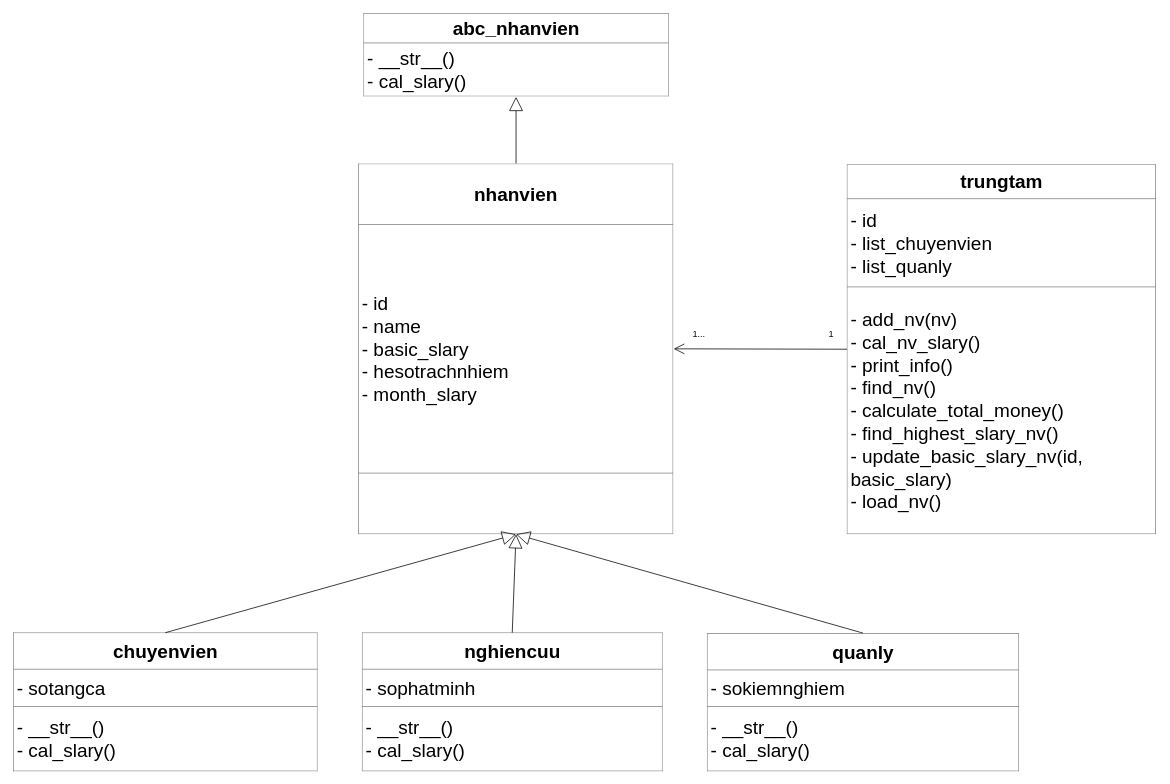
Above: zzz.drawio in ippapi/ml (draw.io), before the change. Source tidied: cells renumbered, new cells numbered last; positions are measured from the earlier drawing's top-left corner, leaving out a move shared by most shapes. Both pictures are drawn from the tidied source at 76%, with x=0, y=0 at pixel (12, 13).
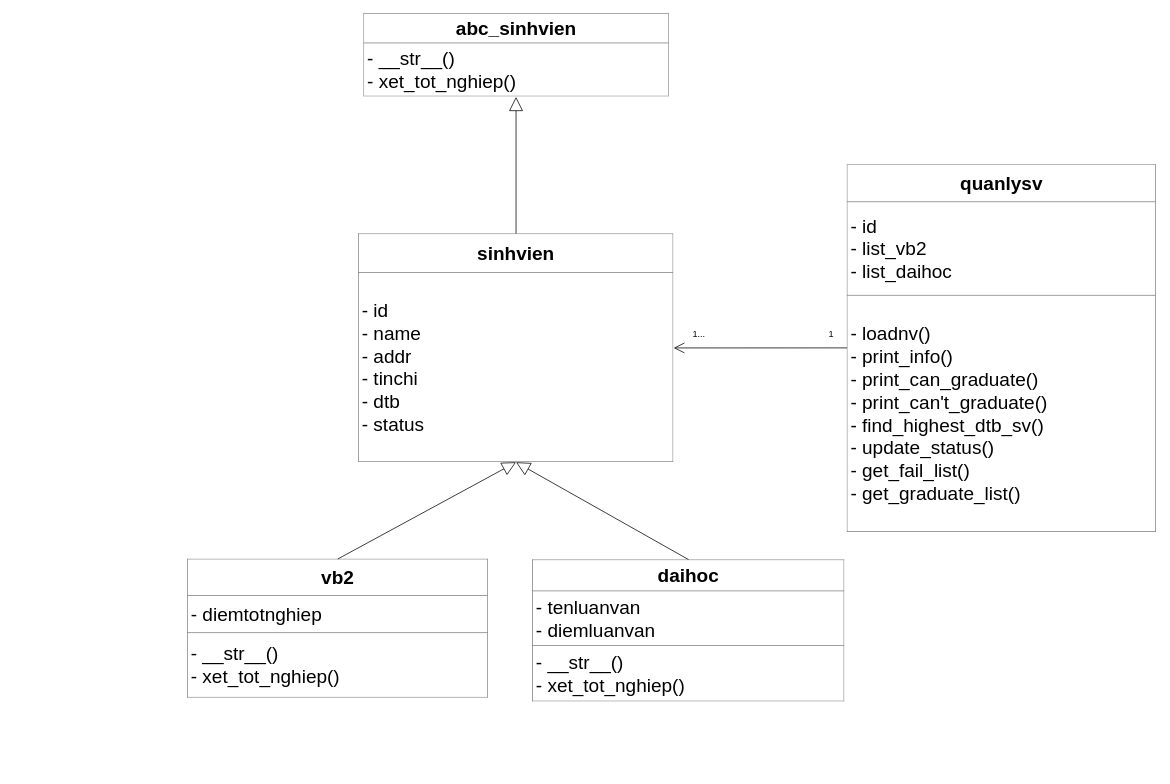
Above is the later version.

Diff of the diagram source:
```diff
@@
 <mxGraphModel>
   <root>
     <mxCell id="0" />
     <mxCell id="1" parent="0" />
-    <mxCell id="2" value="&lt;table border=&quot;1&quot; width=&quot;100%&quot; height=&quot;100%&quot; cellpadding=&quot;4&quot; style=&quot;width: 100%; height: 100%; border-collapse: collapse; font-size: 25px;&quot;&gt;&lt;tbody&gt;&lt;tr&gt;&lt;th align=&quot;center&quot;&gt;&lt;font style=&quot;font-size: 25px;&quot;&gt;&lt;b&gt;trungtam&lt;/b&gt;&lt;/font&gt;&lt;/th&gt;&lt;/tr&gt;&lt;tr align=&quot;left&quot;&gt;&lt;td&gt;&lt;font style=&quot;font-size: 25px;&quot;&gt;- id&lt;br&gt;- list_chuyenvien&lt;br&gt;- list_quanly&lt;br&gt;&lt;/font&gt;&lt;/td&gt;&lt;/tr&gt;&lt;tr align=&quot;left&quot;&gt;&lt;td&gt;&lt;font style=&quot;font-size: 25px;&quot;&gt;- add_nv(nv)&lt;br&gt;- cal_nv_slary()&lt;br&gt;- print_info()&lt;br&gt;- find_nv()&lt;br&gt;- calculate_total_money()&lt;br&gt;- find_highest_slary_nv()&lt;br&gt;- update_basic_slary_nv(id, basic_slary)&lt;br&gt;- load_nv()&lt;br&gt;&lt;/font&gt;&lt;/td&gt;&lt;/tr&gt;&lt;/tbody&gt;&lt;/table&gt;" style="text;html=1;whiteSpace=wrap;strokeColor=none;fillColor=none;overflow=fill;" parent="1" vertex="1">
-      <mxGeometry x="1098" y="198.5" width="407" height="487" as="geometry" />
+    <mxCell id="2" value="&lt;table border=&quot;1&quot; width=&quot;100%&quot; height=&quot;100%&quot; cellpadding=&quot;4&quot; style=&quot;width: 100%; height: 100%; border-collapse: collapse; font-size: 25px;&quot;&gt;&lt;tbody&gt;&lt;tr&gt;&lt;th align=&quot;center&quot;&gt;&lt;font style=&quot;font-size: 25px;&quot;&gt;&lt;b&gt;quanlysv&lt;/b&gt;&lt;/font&gt;&lt;/th&gt;&lt;/tr&gt;&lt;tr align=&quot;left&quot;&gt;&lt;td&gt;&lt;font style=&quot;font-size: 25px;&quot;&gt;- id&lt;br&gt;- list_vb2&lt;br&gt;- list_daihoc&lt;br&gt;&lt;/font&gt;&lt;/td&gt;&lt;/tr&gt;&lt;tr align=&quot;left&quot;&gt;&lt;td&gt;&lt;font style=&quot;font-size: 25px;&quot;&gt;- loadnv()&lt;br&gt;- print_info()&lt;br&gt;- print_can_graduate()&lt;br&gt;&lt;/font&gt;&lt;font style=&quot;font-size: 25px;&quot;&gt;- print_can't_graduate()&lt;/font&gt;&lt;br&gt;&lt;font style=&quot;font-size: 25px;&quot;&gt;- find_highest_dtb_sv()&lt;br&gt;- update_status()&lt;br&gt;- get_fail_list()&lt;br&gt;- get_graduate_list()&lt;br&gt;&lt;/font&gt;&lt;/td&gt;&lt;/tr&gt;&lt;/tbody&gt;&lt;/table&gt;" style="text;html=1;whiteSpace=wrap;strokeColor=none;fillColor=none;overflow=fill;" parent="1" vertex="1">
+      <mxGeometry x="1098" y="198.5" width="407" height="483.5" as="geometry" />
     </mxCell>
-    <mxCell id="3" value="&lt;table border=&quot;1&quot; width=&quot;100%&quot; height=&quot;100%&quot; cellpadding=&quot;4&quot; style=&quot;width: 100%; height: 100%; border-collapse: collapse; font-size: 25px;&quot;&gt;&lt;tbody&gt;&lt;tr&gt;&lt;th align=&quot;center&quot;&gt;abc_nhanvien&lt;/th&gt;&lt;/tr&gt;&lt;tr align=&quot;left&quot;&gt;&lt;td&gt;&lt;font style=&quot;font-size: 25px;&quot;&gt;- __str__()&lt;br&gt;- cal_slary()&lt;br&gt;&lt;/font&gt;&lt;/td&gt;&lt;/tr&gt;&lt;/tbody&gt;&lt;/table&gt;" style="text;html=1;whiteSpace=wrap;strokeColor=none;fillColor=none;overflow=fill;" parent="1" vertex="1">
+    <mxCell id="3" value="&lt;table border=&quot;1&quot; width=&quot;100%&quot; height=&quot;100%&quot; cellpadding=&quot;4&quot; style=&quot;width: 100%; height: 100%; border-collapse: collapse; font-size: 25px;&quot;&gt;&lt;tbody&gt;&lt;tr&gt;&lt;th align=&quot;center&quot;&gt;abc_sinhvien&lt;/th&gt;&lt;/tr&gt;&lt;tr align=&quot;left&quot;&gt;&lt;td&gt;&lt;font style=&quot;font-size: 25px;&quot;&gt;- __str__()&lt;br&gt;- xet_tot_nghiep()&lt;br&gt;&lt;/font&gt;&lt;/td&gt;&lt;/tr&gt;&lt;/tbody&gt;&lt;/table&gt;" style="text;html=1;whiteSpace=wrap;strokeColor=none;fillColor=none;overflow=fill;" parent="1" vertex="1">
       <mxGeometry x="461.5" width="402" height="110" as="geometry" />
     </mxCell>
-    <mxCell id="4" value="&lt;table border=&quot;1&quot; width=&quot;100%&quot; height=&quot;100%&quot; cellpadding=&quot;4&quot; style=&quot;width: 100%; height: 100%; border-collapse: collapse; font-size: 25px;&quot;&gt;&lt;tbody&gt;&lt;tr&gt;&lt;th align=&quot;center&quot;&gt;&lt;font style=&quot;font-size: 25px;&quot;&gt;&lt;b&gt;nhanvien&lt;/b&gt;&lt;/font&gt;&lt;/th&gt;&lt;/tr&gt;&lt;tr align=&quot;left&quot;&gt;&lt;td&gt;&lt;font style=&quot;font-size: 25px;&quot;&gt;- id&lt;br&gt;- name&lt;br&gt;- basic_slary&lt;br&gt;- hesotrachnhiem&lt;br&gt;- month_slary&lt;br&gt;&lt;/font&gt;&lt;/td&gt;&lt;/tr&gt;&lt;tr align=&quot;left&quot;&gt;&lt;td&gt;&lt;font style=&quot;font-size: 25px;&quot;&gt;&lt;br&gt;&lt;/font&gt;&lt;/td&gt;&lt;/tr&gt;&lt;/tbody&gt;&lt;/table&gt;" style="text;html=1;whiteSpace=wrap;strokeColor=none;fillColor=none;overflow=fill;" parent="1" vertex="1">
-      <mxGeometry x="455" y="197.5" width="415" height="488" as="geometry" />
+    <mxCell id="4" value="&lt;table border=&quot;1&quot; width=&quot;100%&quot; height=&quot;100%&quot; cellpadding=&quot;4&quot; style=&quot;width: 100%; height: 100%; border-collapse: collapse; font-size: 25px;&quot;&gt;&lt;tbody&gt;&lt;tr&gt;&lt;th align=&quot;center&quot;&gt;&lt;font style=&quot;font-size: 25px;&quot;&gt;&lt;b&gt;sinhvien&lt;/b&gt;&lt;/font&gt;&lt;/th&gt;&lt;/tr&gt;&lt;tr align=&quot;left&quot;&gt;&lt;td&gt;&lt;font style=&quot;font-size: 25px;&quot;&gt;- id&lt;br&gt;- name&lt;br&gt;- addr&lt;br&gt;- tinchi&lt;br&gt;- dtb&lt;br&gt;- status&lt;br&gt;&lt;/font&gt;&lt;/td&gt;&lt;/tr&gt;&lt;/tbody&gt;&lt;/table&gt;" style="text;html=1;whiteSpace=wrap;strokeColor=none;fillColor=none;overflow=fill;" parent="1" vertex="1">
+      <mxGeometry x="455" y="289.9" width="415" height="300.8" as="geometry" />
     </mxCell>
-    <mxCell id="5" value="&lt;table border=&quot;1&quot; width=&quot;100%&quot; height=&quot;100%&quot; cellpadding=&quot;4&quot; style=&quot;width: 100%; height: 100%; border-collapse: collapse; font-size: 25px;&quot;&gt;&lt;tbody&gt;&lt;tr&gt;&lt;th align=&quot;center&quot;&gt;&lt;font style=&quot;font-size: 25px;&quot;&gt;&lt;b&gt;chuyenvien&lt;br&gt;&lt;/b&gt;&lt;/font&gt;&lt;/th&gt;&lt;/tr&gt;&lt;tr&gt;&lt;td&gt;- sotangca&lt;br&gt;&lt;/td&gt;&lt;/tr&gt;&lt;tr align=&quot;left&quot;&gt;&lt;td&gt;&lt;font style=&quot;font-size: 25px;&quot;&gt;- __str__()&lt;br&gt;- cal_slary()&lt;br&gt;&lt;/font&gt;&lt;/td&gt;&lt;/tr&gt;&lt;/tbody&gt;&lt;/table&gt;" style="text;html=1;whiteSpace=wrap;strokeColor=none;fillColor=none;overflow=fill;" parent="1" vertex="1">
-      <mxGeometry x="0.5" y="815" width="401" height="183" as="geometry" />
-    </mxCell>
-    <mxCell id="6" value="&lt;table border=&quot;1&quot; width=&quot;100%&quot; height=&quot;100%&quot; cellpadding=&quot;4&quot; style=&quot;width: 100%; height: 100%; border-collapse: collapse; font-size: 25px;&quot;&gt;&lt;tbody&gt;&lt;tr&gt;&lt;th align=&quot;center&quot;&gt;nghiencuu&lt;br&gt;&lt;/th&gt;&lt;/tr&gt;&lt;tr&gt;&lt;td&gt;- sophatminh&lt;br&gt;&lt;/td&gt;&lt;/tr&gt;&lt;tr align=&quot;left&quot;&gt;&lt;td&gt;&lt;font style=&quot;font-size: 25px;&quot;&gt;- __str__()&lt;br&gt;- cal_slary()&lt;br&gt;&lt;/font&gt;&lt;/td&gt;&lt;/tr&gt;&lt;/tbody&gt;&lt;/table&gt;" style="text;html=1;whiteSpace=wrap;strokeColor=none;fillColor=none;overflow=fill;" parent="1" vertex="1">
-      <mxGeometry x="459.5" y="815" width="396" height="183" as="geometry" />
+    <mxCell id="6" value="&lt;table border=&quot;1&quot; width=&quot;100%&quot; height=&quot;100%&quot; cellpadding=&quot;4&quot; style=&quot;width: 100%; height: 100%; border-collapse: collapse; font-size: 25px;&quot;&gt;&lt;tbody&gt;&lt;tr&gt;&lt;th align=&quot;center&quot;&gt;vb2&lt;br&gt;&lt;/th&gt;&lt;/tr&gt;&lt;tr&gt;&lt;td&gt;- diemtotnghiep&lt;br&gt;&lt;/td&gt;&lt;/tr&gt;&lt;tr align=&quot;left&quot;&gt;&lt;td&gt;&lt;font style=&quot;font-size: 25px;&quot;&gt;- __str__()&lt;br&gt;- xet_tot_nghiep()&lt;br&gt;&lt;/font&gt;&lt;/td&gt;&lt;/tr&gt;&lt;/tbody&gt;&lt;/table&gt;" style="text;html=1;whiteSpace=wrap;strokeColor=none;fillColor=none;overflow=fill;" parent="1" vertex="1">
+      <mxGeometry x="230" y="718" width="396" height="183" as="geometry" />
     </mxCell>
     <mxCell id="7" style="endArrow=block;endSize=16;endFill=0;html=1;rounded=0;entryX=0.5;entryY=1;entryDx=0;entryDy=0;exitX=0.5;exitY=0;exitDx=0;exitDy=0;" parent="1" edge="1" source="4" target="3">
       <mxGeometry relative="1" as="geometry" />
     </mxCell>
-    <mxCell id="8" style="endArrow=block;endSize=16;endFill=0;html=1;rounded=0;entryX=0.5;entryY=1;entryDx=0;entryDy=0;exitX=0.5;exitY=0;exitDx=0;exitDy=0;" parent="1" edge="1" source="5" target="4">
-      <mxGeometry relative="1" as="geometry" />
-    </mxCell>
     <mxCell id="9" style="endArrow=block;endSize=16;endFill=0;html=1;rounded=0;entryX=0.5;entryY=1;entryDx=0;entryDy=0;exitX=0.5;exitY=0;exitDx=0;exitDy=0;" parent="1" edge="1" source="6" target="4">
       <mxGeometry relative="1" as="geometry" />
     </mxCell>
     <mxCell id="10" style="endArrow=open;endFill=1;endSize=12;html=1;rounded=0;entryX=1;entryY=0.5;entryDx=0;entryDy=0;exitX=0;exitY=0.5;exitDx=0;exitDy=0;" parent="1" edge="1" source="2" target="4">
       <mxGeometry relative="1" as="geometry" />
     </mxCell>
     <mxCell id="11" value="1" style="text;html=1;align=center;verticalAlign=middle;strokeColor=none;fillColor=none;" parent="1" vertex="1">
       <mxGeometry x="1064" y="410" width="25" height="26" as="geometry" />
     </mxCell>
     <mxCell id="12" value="1..." style="text;html=1;align=center;verticalAlign=middle;strokeColor=none;fillColor=none;" parent="1" vertex="1">
       <mxGeometry x="885" y="410" width="35" height="26" as="geometry" />
     </mxCell>
-    <mxCell id="13" value="&lt;table border=&quot;1&quot; width=&quot;100%&quot; height=&quot;100%&quot; cellpadding=&quot;4&quot; style=&quot;width: 100%; height: 100%; border-collapse: collapse; font-size: 25px;&quot;&gt;&lt;tbody&gt;&lt;tr&gt;&lt;th align=&quot;center&quot;&gt;quanly&lt;br&gt;&lt;/th&gt;&lt;/tr&gt;&lt;tr&gt;&lt;td&gt;- sokiemnghiem&lt;br&gt;&lt;/td&gt;&lt;/tr&gt;&lt;tr align=&quot;left&quot;&gt;&lt;td&gt;&lt;font style=&quot;font-size: 25px;&quot;&gt;- __str__()&lt;br&gt;- cal_slary()&lt;br&gt;&lt;/font&gt;&lt;/td&gt;&lt;/tr&gt;&lt;/tbody&gt;&lt;/table&gt;" style="text;html=1;whiteSpace=wrap;strokeColor=none;fillColor=none;overflow=fill;" parent="1" vertex="1">
-      <mxGeometry x="913.5" y="815.5" width="411" height="181.5" as="geometry" />
+    <mxCell id="13" value="&lt;table border=&quot;1&quot; width=&quot;100%&quot; height=&quot;100%&quot; cellpadding=&quot;4&quot; style=&quot;width: 100%; height: 100%; border-collapse: collapse; font-size: 25px;&quot;&gt;&lt;tbody&gt;&lt;tr&gt;&lt;th align=&quot;center&quot;&gt;daihoc&lt;br&gt;&lt;/th&gt;&lt;/tr&gt;&lt;tr&gt;&lt;td&gt;- tenluanvan&lt;br&gt;- diemluanvan&lt;br&gt;&lt;/td&gt;&lt;/tr&gt;&lt;tr align=&quot;left&quot;&gt;&lt;td&gt;&lt;font style=&quot;font-size: 25px;&quot;&gt;- __str__()&lt;br&gt;- xet_tot_nghiep()&lt;br&gt;&lt;/font&gt;&lt;/td&gt;&lt;/tr&gt;&lt;/tbody&gt;&lt;/table&gt;" style="text;html=1;whiteSpace=wrap;strokeColor=none;fillColor=none;overflow=fill;" parent="1" vertex="1">
+      <mxGeometry x="684" y="718.8" width="411" height="187.2" as="geometry" />
     </mxCell>
     <mxCell id="14" style="endArrow=block;endSize=16;endFill=0;html=1;rounded=0;entryX=0.5;entryY=1;entryDx=0;entryDy=0;exitX=0.5;exitY=0;exitDx=0;exitDy=0;" parent="1" edge="1" source="13" target="4">
       <mxGeometry relative="1" as="geometry" />
     </mxCell>
   </root>
 </mxGraphModel>
```
